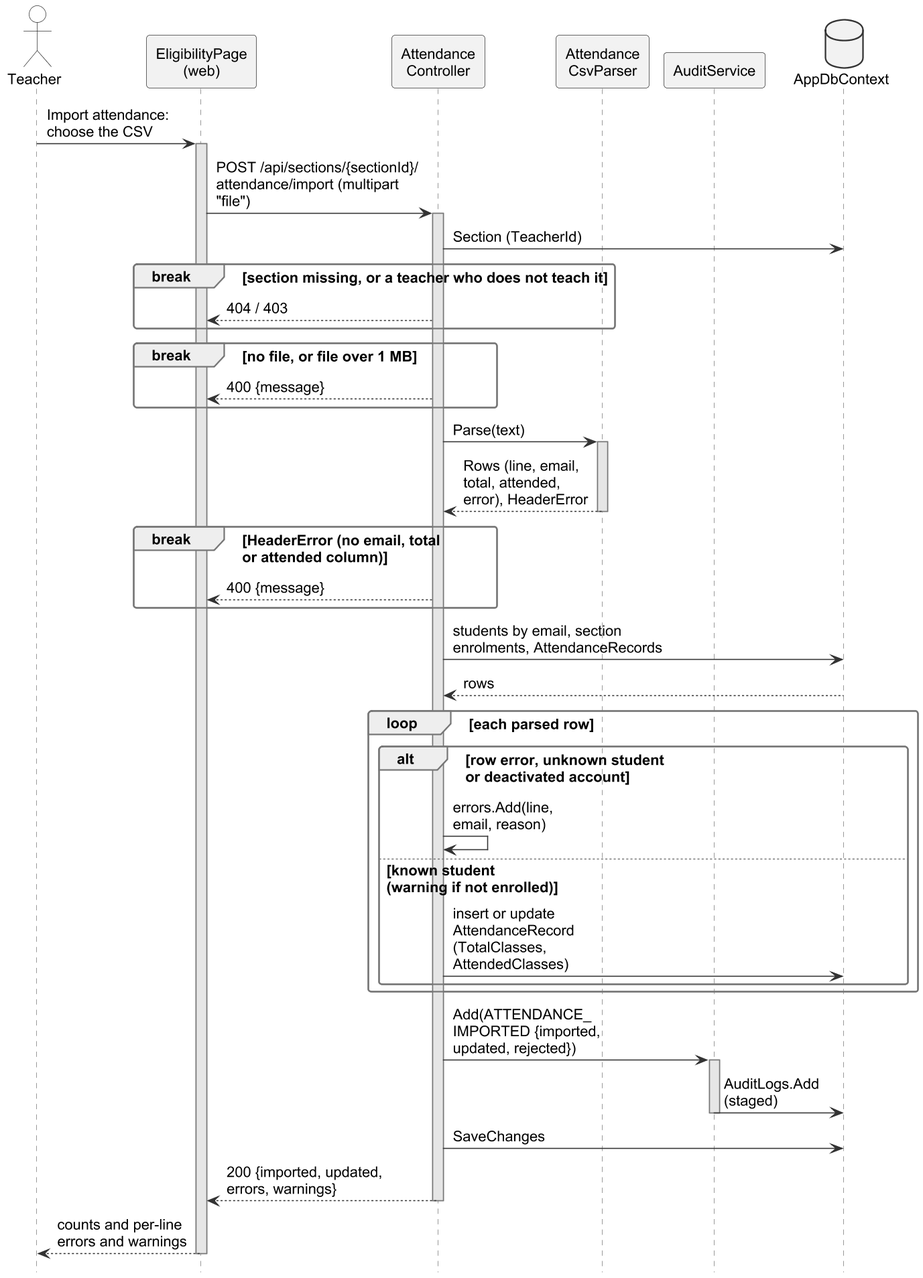
This is important docs/fyp_doc_3chatp/Figures/seq_eligibility.png from Haiderali27-hub/AI-Lab-Monitoring-, a PlantUML export, as it was before one commit. Source of this version:
```plantuml
@startuml
!include style.iuml
skinparam defaultFontSize 14
skinparam ArrowFontSize 14
skinparam maxMessageSize 200
hide footbox
hide unlinked
skinparam ParticipantPadding 2
skinparam BoxPadding 0
skinparam sequence {
  MessageAlign left
  LifeLineBackgroundColor #E6E6E6
}

actor Teacher as T
participant "EligibilityPage\n(web)" as UI
participant "Attendance\nController" as AC
participant "Attendance\nCsvParser" as P
participant "AuditService" as AS
database "AppDbContext" as DB

T -> UI : Import attendance:\nchoose the CSV
activate UI
UI -> AC : POST /api/sections/{sectionId}/\nattendance/import (multipart "file")
activate AC
AC -> DB : Section (TeacherId)
break section missing, or a teacher who does not teach it
  AC --> UI : 404 / 403
end
break no file, or file over 1 MB
  AC --> UI : 400 {message}
end
AC -> P : Parse(text)
activate P
P --> AC : Rows (line, email,\ntotal, attended,\nerror), HeaderError
deactivate P
break HeaderError (no email, total\nor attended column)
  AC --> UI : 400 {message}
end
AC -> DB : students by email, section\nenrolments, AttendanceRecords
DB --> AC : rows
loop each parsed row
  alt row error, unknown student\nor deactivated account
    AC -> AC : errors.Add(line,\nemail, reason)
  else known student\n(warning if not enrolled)
    AC -> DB : insert or update AttendanceRecord\n(TotalClasses, AttendedClasses)
  end
end
AC -> AS : Add(ATTENDANCE_\nIMPORTED {imported,\nupdated, rejected})
activate AS
AS -> DB : AuditLogs.Add\n(staged)
deactivate AS
AC -> DB : SaveChanges
AC --> UI : 200 {imported, updated,\nerrors, warnings}
deactivate AC
UI --> T : counts and per-line\nerrors and warnings
deactivate UI
@enduml
```
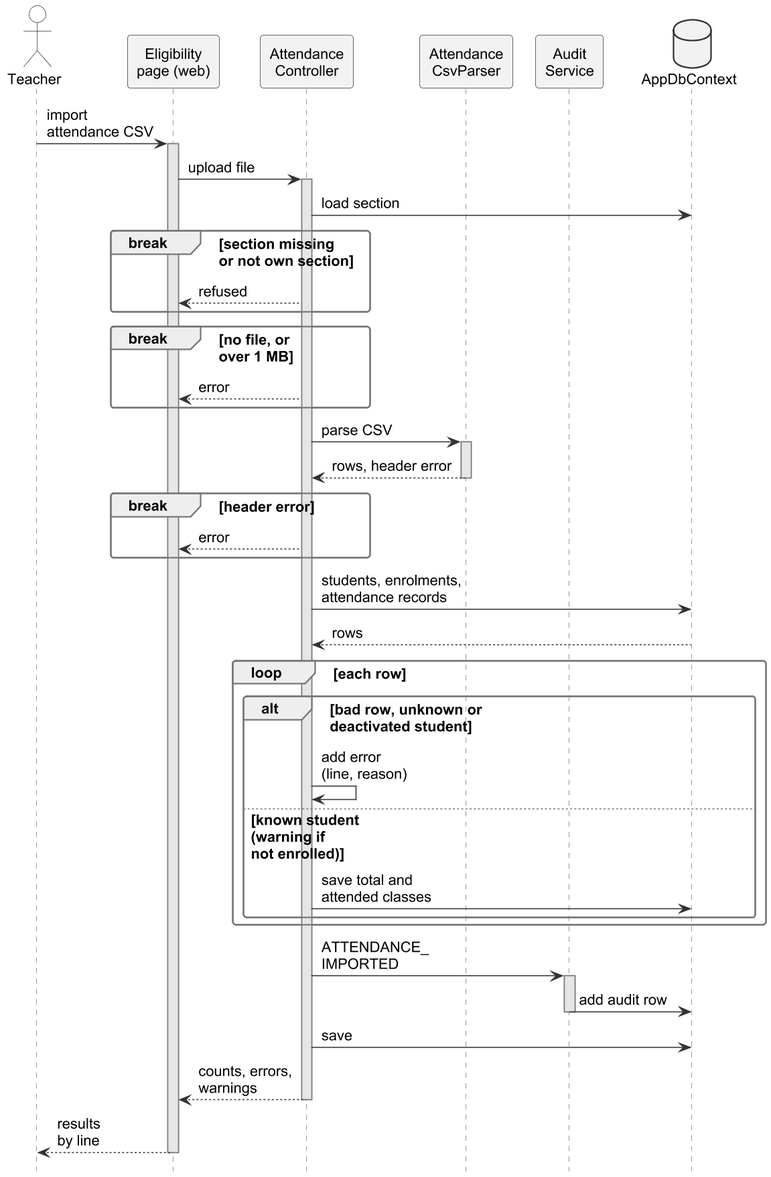
After the commit.

Change to the diagram source:
```diff
@@ -5,7 +5,7 @@
 skinparam maxMessageSize 200
 hide footbox
 hide unlinked
-skinparam ParticipantPadding 2
+skinparam ParticipantPadding 6
 skinparam BoxPadding 0
 skinparam sequence {
   MessageAlign left
@@ -13,46 +13,46 @@
 }
 
 actor Teacher as T
-participant "EligibilityPage\n(web)" as UI
+participant "Eligibility\npage (web)" as UI
 participant "Attendance\nController" as AC
 participant "Attendance\nCsvParser" as P
-participant "AuditService" as AS
+participant "Audit\nService" as AS
 database "AppDbContext" as DB
 
-T -> UI : Import attendance:\nchoose the CSV
+T -> UI : import\nattendance CSV
 activate UI
-UI -> AC : POST /api/sections/{sectionId}/\nattendance/import (multipart "file")
+UI -> AC : upload file
 activate AC
-AC -> DB : Section (TeacherId)
-break section missing, or a teacher who does not teach it
-  AC --> UI : 404 / 403
+AC -> DB : load section
+break section missing\nor not own section
+  AC --> UI : refused
 end
-break no file, or file over 1 MB
-  AC --> UI : 400 {message}
+break no file, or\nover 1 MB
+  AC --> UI : error
 end
-AC -> P : Parse(text)
+AC -> P : parse CSV
 activate P
-P --> AC : Rows (line, email,\ntotal, attended,\nerror), HeaderError
+P --> AC : rows, header error
 deactivate P
-break HeaderError (no email, total\nor attended column)
-  AC --> UI : 400 {message}
+break header error
+  AC --> UI : error
 end
-AC -> DB : students by email, section\nenrolments, AttendanceRecords
+AC -> DB : students, enrolments,\nattendance records
 DB --> AC : rows
-loop each parsed row
-  alt row error, unknown student\nor deactivated account
-    AC -> AC : errors.Add(line,\nemail, reason)
-  else known student\n(warning if not enrolled)
-    AC -> DB : insert or update AttendanceRecord\n(TotalClasses, AttendedClasses)
+loop each row
+  alt bad row, unknown or\ndeactivated student
+    AC -> AC : add error\n(line, reason)
+  else known student\n(warning if\nnot enrolled)
+    AC -> DB : save total and\nattended classes
   end
 end
-AC -> AS : Add(ATTENDANCE_\nIMPORTED {imported,\nupdated, rejected})
+AC -> AS : ATTENDANCE_\nIMPORTED
 activate AS
-AS -> DB : AuditLogs.Add\n(staged)
+AS -> DB : add audit row
 deactivate AS
-AC -> DB : SaveChanges
-AC --> UI : 200 {imported, updated,\nerrors, warnings}
+AC -> DB : save
+AC --> UI : counts, errors,\nwarnings
 deactivate AC
-UI --> T : counts and per-line\nerrors and warnings
+UI --> T : results\nby line
 deactivate UI
 @enduml
```
